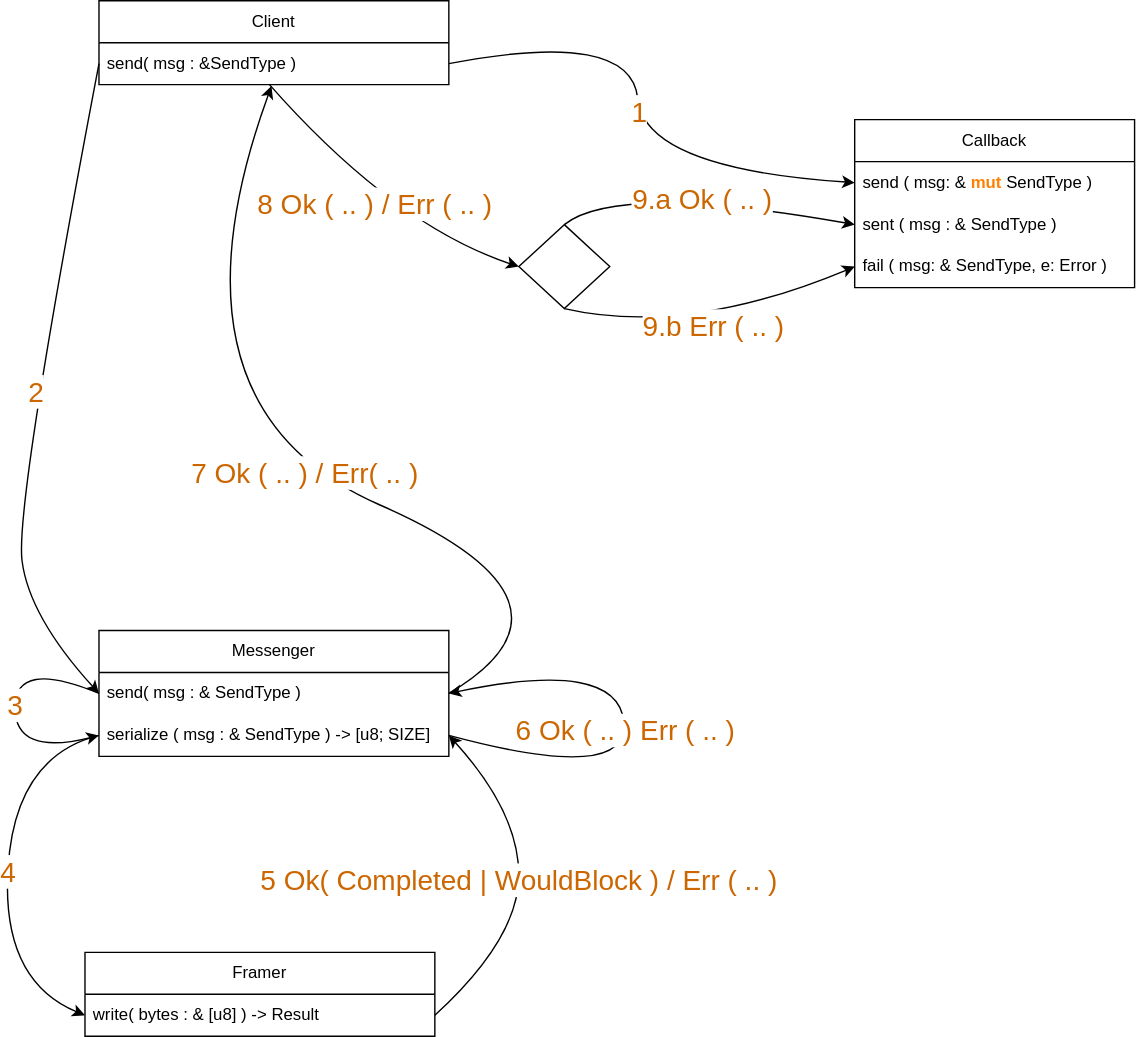
This is docs/send_flow_diagram.drawio.svg from softstream-link/links, a draw.io export, as it was before one commit. Source tidied: cells renumbered, new cells last; positions are measured from the earlier drawing's top-left corner, leaving out a move shared by most shapes. The source it was exported from:
```xml
<mxGraphModel>
  <root>
    <mxCell id="0" />
    <mxCell id="1" parent="0" />
    <mxCell id="2" value="Framer" style="swimlane;fontStyle=0;horizontal=1;startSize=30;whiteSpace=wrap;html=1;" parent="1" vertex="1">
      <mxGeometry x="60" y="680" width="250" height="60" as="geometry" />
    </mxCell>
    <mxCell id="3" value="write( bytes : &amp;amp; [u8] ) -&amp;gt; Result" style="text;strokeColor=none;fillColor=none;align=left;verticalAlign=middle;spacingLeft=4;spacingRight=4;overflow=hidden;points=[[0,0.5],[1,0.5]];portConstraint=eastwest;whiteSpace=wrap;html=1;" parent="2" vertex="1">
      <mxGeometry y="30" width="250" height="30" as="geometry" />
    </mxCell>
    <mxCell id="4" value="Client" style="swimlane;fontStyle=0;horizontal=1;startSize=30;whiteSpace=wrap;html=1;" parent="1" vertex="1">
      <mxGeometry x="70" width="250" height="60" as="geometry" />
    </mxCell>
    <mxCell id="5" value="send( msg : &amp;amp;SendType )" style="text;strokeColor=none;fillColor=none;align=left;verticalAlign=middle;spacingLeft=4;spacingRight=4;overflow=hidden;points=[[0,0.5],[1,0.5]];portConstraint=eastwest;whiteSpace=wrap;html=1;" parent="4" vertex="1">
      <mxGeometry y="30" width="250" height="30" as="geometry" />
    </mxCell>
    <mxCell id="6" value="Callback" style="swimlane;fontStyle=0;horizontal=1;startSize=30;whiteSpace=wrap;html=1;" parent="1" vertex="1">
      <mxGeometry x="610" y="85" width="200" height="120" as="geometry" />
    </mxCell>
    <mxCell id="7" value="send ( msg: &amp;amp;&lt;b&gt;&lt;font color=&quot;#ff8000&quot;&gt;mut&lt;/font&gt;&lt;/b&gt; SendType )" style="text;strokeColor=none;fillColor=none;align=left;verticalAlign=middle;spacingLeft=4;spacingRight=4;overflow=hidden;points=[[0,0.5],[1,0.5]];portConstraint=eastwest;whiteSpace=wrap;html=1;" parent="6" vertex="1">
      <mxGeometry y="30" width="200" height="30" as="geometry" />
    </mxCell>
    <mxCell id="8" value="sent ( msg : &amp;amp; SendType )" style="text;strokeColor=none;fillColor=none;align=left;verticalAlign=middle;spacingLeft=4;spacingRight=4;overflow=hidden;points=[[0,0.5],[1,0.5]];portConstraint=eastwest;whiteSpace=wrap;html=1;" parent="6" vertex="1">
      <mxGeometry y="60" width="200" height="30" as="geometry" />
    </mxCell>
    <mxCell id="9" value="fail ( msg: &amp;amp; SendType, e: Error )" style="text;strokeColor=none;fillColor=none;align=left;verticalAlign=middle;spacingLeft=4;spacingRight=4;overflow=hidden;points=[[0,0.5],[1,0.5]];portConstraint=eastwest;whiteSpace=wrap;html=1;" parent="6" vertex="1">
      <mxGeometry y="90" width="200" height="30" as="geometry" />
    </mxCell>
    <mxCell id="10" value="4" style="curved=1;endArrow=classic;html=1;fontColor=#CC6600;exitX=0;exitY=0.5;exitDx=0;exitDy=0;entryX=0;entryY=0.5;entryDx=0;entryDy=0;fontSize=20;" parent="1" edge="1" source="15" target="3">
      <mxGeometry relative="1" as="geometry">
        <Array as="points">
          <mxPoint x="10" y="540" />
          <mxPoint y="700" />
        </Array>
      </mxGeometry>
    </mxCell>
    <mxCell id="11" value="1" style="curved=1;endArrow=classic;html=1;fontColor=#CC6600;entryX=0;entryY=0.5;entryDx=0;entryDy=0;startArrow=none;exitX=1;exitY=0.5;exitDx=0;exitDy=0;fontSize=20;" parent="1" edge="1" source="5" target="7">
      <mxGeometry relative="1" as="geometry">
        <Array as="points">
          <mxPoint x="450" y="20" />
          <mxPoint x="460" y="120" />
        </Array>
      </mxGeometry>
    </mxCell>
    <mxCell id="12" value="2" style="curved=1;endArrow=classic;html=1;fontColor=#CC6600;entryX=0;entryY=0.5;entryDx=0;entryDy=0;exitX=0;exitY=0.5;exitDx=0;exitDy=0;fontSize=20;" parent="1" edge="1" source="5" target="14">
      <mxGeometry relative="1" as="geometry">
        <Array as="points">
          <mxPoint x="10" y="360" />
          <mxPoint x="20" y="440" />
        </Array>
      </mxGeometry>
    </mxCell>
    <mxCell id="13" value="Messenger" style="swimlane;fontStyle=0;horizontal=1;startSize=30;whiteSpace=wrap;html=1;" parent="1" vertex="1">
      <mxGeometry x="70" y="450" width="250" height="90" as="geometry" />
    </mxCell>
    <mxCell id="14" value="send( msg : &amp;amp; SendType )" style="text;strokeColor=none;fillColor=none;align=left;verticalAlign=middle;spacingLeft=4;spacingRight=4;overflow=hidden;points=[[0,0.5],[1,0.5]];portConstraint=eastwest;whiteSpace=wrap;html=1;" parent="13" vertex="1">
      <mxGeometry y="30" width="250" height="30" as="geometry" />
    </mxCell>
    <mxCell id="15" value="serialize ( msg : &amp;amp; SendType ) -&amp;gt; [u8; SIZE]" style="text;strokeColor=none;fillColor=none;align=left;verticalAlign=middle;spacingLeft=4;spacingRight=4;overflow=hidden;points=[[0,0.5],[1,0.5]];portConstraint=eastwest;whiteSpace=wrap;html=1;" parent="13" vertex="1">
      <mxGeometry y="60" width="250" height="30" as="geometry" />
    </mxCell>
    <mxCell id="16" value="3" style="curved=1;endArrow=classic;html=1;fontColor=#CC6600;entryX=0;entryY=0.5;entryDx=0;entryDy=0;exitX=0;exitY=0.5;exitDx=0;exitDy=0;fontSize=20;" parent="13" edge="1" source="14" target="15">
      <mxGeometry relative="1" as="geometry">
        <Array as="points">
          <mxPoint x="-60" y="20" />
          <mxPoint x="-60" y="90" />
        </Array>
      </mxGeometry>
    </mxCell>
    <mxCell id="17" value="6 Ok ( .. ) Err ( .. )" style="curved=1;endArrow=classic;html=1;fontColor=#CC6600;entryX=1;entryY=0.5;entryDx=0;entryDy=0;exitX=1;exitY=0.5;exitDx=0;exitDy=0;fontSize=20;" parent="13" edge="1" source="15" target="14">
      <mxGeometry relative="1" as="geometry">
        <Array as="points">
          <mxPoint x="380" y="110" />
          <mxPoint x="370" y="20" />
        </Array>
      </mxGeometry>
    </mxCell>
    <mxCell id="18" value="5 Ok( Completed | WouldBlock ) / Err ( .. )" style="curved=1;endArrow=classic;html=1;fontColor=#CC6600;exitX=1;exitY=0.5;exitDx=0;exitDy=0;entryX=1;entryY=0.5;entryDx=0;entryDy=0;fontSize=20;" parent="1" edge="1" source="3" target="15">
      <mxGeometry relative="1" as="geometry">
        <Array as="points">
          <mxPoint x="370" y="670" />
          <mxPoint x="370" y="580" />
        </Array>
      </mxGeometry>
    </mxCell>
    <mxCell id="19" value="7 Ok ( .. ) / Err( .. )" style="curved=1;endArrow=classic;html=1;fontColor=#CC6600;entryX=0.493;entryY=1.033;entryDx=0;entryDy=0;exitX=1;exitY=0.5;exitDx=0;exitDy=0;entryPerimeter=0;fontSize=20;" parent="1" edge="1" source="14" target="5">
      <mxGeometry relative="1" as="geometry">
        <Array as="points">
          <mxPoint x="430" y="430" />
          <mxPoint x="110" y="290" />
        </Array>
      </mxGeometry>
    </mxCell>
    <mxCell id="20" style="rhombus;whiteSpace=wrap;html=1;fontColor=#CC6600;" parent="1" vertex="1">
      <mxGeometry x="370" y="160" width="65" height="60" as="geometry" />
    </mxCell>
    <mxCell id="21" value="9.a Ok ( .. )" style="curved=1;endArrow=classic;html=1;fontColor=#CC6600;entryX=0;entryY=0.5;entryDx=0;entryDy=0;exitX=0.5;exitY=0;exitDx=0;exitDy=0;fontSize=20;" parent="1" edge="1" source="20" target="8">
      <mxGeometry relative="1" as="geometry">
        <Array as="points">
          <mxPoint x="440" y="130" />
        </Array>
      </mxGeometry>
    </mxCell>
    <mxCell id="22" value="9.b Err ( .. )" style="curved=1;endArrow=classic;html=1;fontColor=#CC6600;entryX=0;entryY=0.5;entryDx=0;entryDy=0;exitX=0.5;exitY=1;exitDx=0;exitDy=0;fontSize=20;" parent="1" edge="1" source="20" target="9">
      <mxGeometry relative="1" as="geometry">
        <Array as="points">
          <mxPoint x="490" y="240" />
        </Array>
      </mxGeometry>
    </mxCell>
    <mxCell id="23" value="8 Ok ( .. ) / Err ( .. )" style="curved=1;endArrow=classic;html=1;fontColor=#CC6600;entryX=0;entryY=0.5;entryDx=0;entryDy=0;exitX=0.486;exitY=0.987;exitDx=0;exitDy=0;exitPerimeter=0;fontSize=20;" parent="1" edge="1" source="5" target="20">
      <mxGeometry relative="1" as="geometry">
        <Array as="points">
          <mxPoint x="280" y="160" />
        </Array>
      </mxGeometry>
    </mxCell>
  </root>
</mxGraphModel>
```
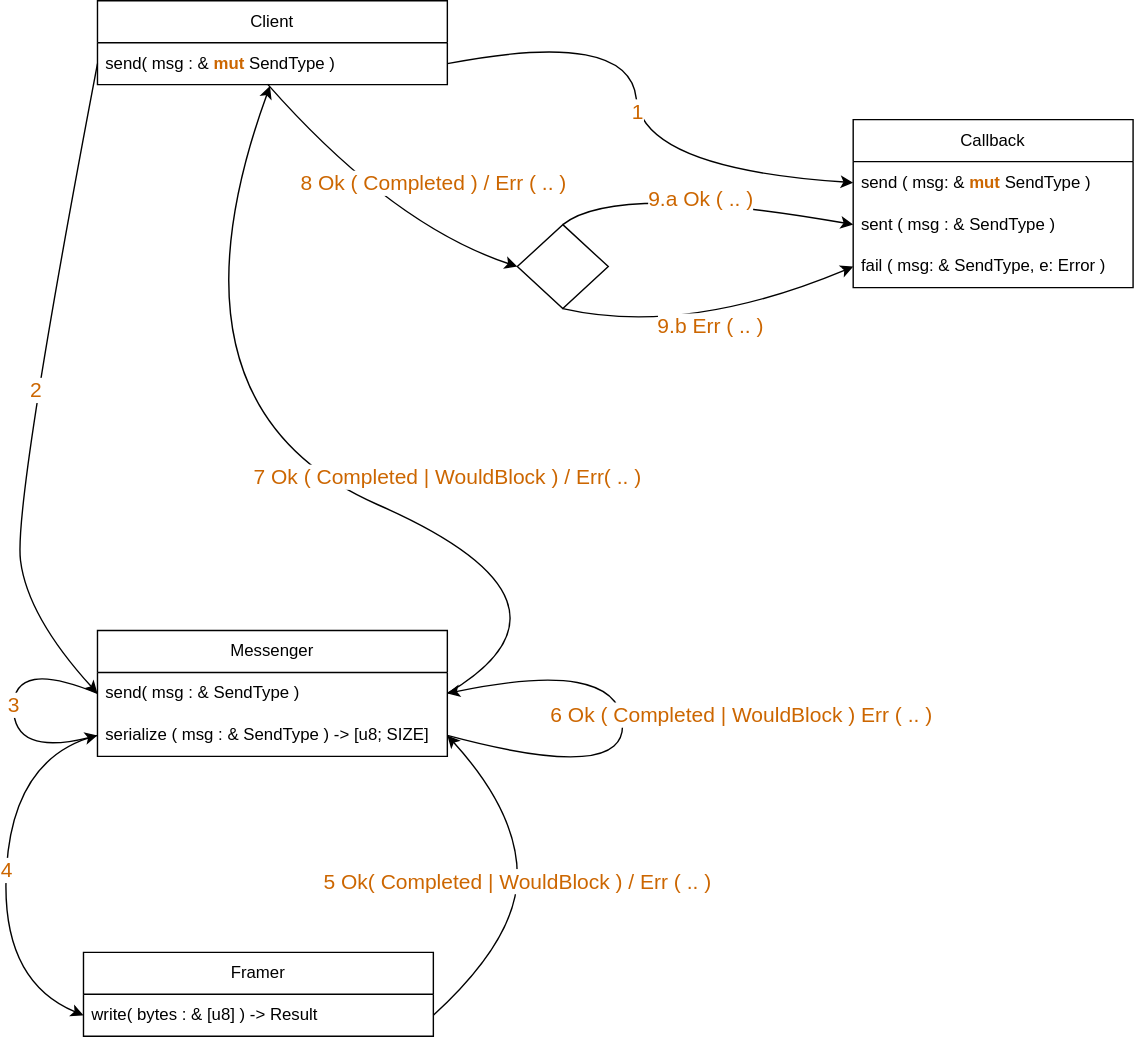
After the commit.

What changed in the source:
```diff
@@ -11,13 +11,13 @@
     <mxCell id="4" value="Client" style="swimlane;fontStyle=0;horizontal=1;startSize=30;whiteSpace=wrap;html=1;" parent="1" vertex="1">
       <mxGeometry x="70" width="250" height="60" as="geometry" />
     </mxCell>
-    <mxCell id="5" value="send( msg : &amp;amp;SendType )" style="text;strokeColor=none;fillColor=none;align=left;verticalAlign=middle;spacingLeft=4;spacingRight=4;overflow=hidden;points=[[0,0.5],[1,0.5]];portConstraint=eastwest;whiteSpace=wrap;html=1;" parent="4" vertex="1">
+    <mxCell id="5" value="send( msg : &amp;amp;&lt;b&gt;&lt;font color=&quot;#cc6600&quot;&gt;mut&lt;/font&gt;&lt;/b&gt; SendType )" style="text;strokeColor=none;fillColor=none;align=left;verticalAlign=middle;spacingLeft=4;spacingRight=4;overflow=hidden;points=[[0,0.5],[1,0.5]];portConstraint=eastwest;whiteSpace=wrap;html=1;" parent="4" vertex="1">
       <mxGeometry y="30" width="250" height="30" as="geometry" />
     </mxCell>
     <mxCell id="6" value="Callback" style="swimlane;fontStyle=0;horizontal=1;startSize=30;whiteSpace=wrap;html=1;" parent="1" vertex="1">
       <mxGeometry x="610" y="85" width="200" height="120" as="geometry" />
     </mxCell>
-    <mxCell id="7" value="send ( msg: &amp;amp;&lt;b&gt;&lt;font color=&quot;#ff8000&quot;&gt;mut&lt;/font&gt;&lt;/b&gt; SendType )" style="text;strokeColor=none;fillColor=none;align=left;verticalAlign=middle;spacingLeft=4;spacingRight=4;overflow=hidden;points=[[0,0.5],[1,0.5]];portConstraint=eastwest;whiteSpace=wrap;html=1;" parent="6" vertex="1">
+    <mxCell id="7" value="send ( msg: &amp;amp;&lt;b&gt;&lt;font color=&quot;#cc6600&quot;&gt;mut&lt;/font&gt;&lt;/b&gt; SendType )" style="text;strokeColor=none;fillColor=none;align=left;verticalAlign=middle;spacingLeft=4;spacingRight=4;overflow=hidden;points=[[0,0.5],[1,0.5]];portConstraint=eastwest;whiteSpace=wrap;html=1;" parent="6" vertex="1">
       <mxGeometry y="30" width="200" height="30" as="geometry" />
     </mxCell>
     <mxCell id="8" value="sent ( msg : &amp;amp; SendType )" style="text;strokeColor=none;fillColor=none;align=left;verticalAlign=middle;spacingLeft=4;spacingRight=4;overflow=hidden;points=[[0,0.5],[1,0.5]];portConstraint=eastwest;whiteSpace=wrap;html=1;" parent="6" vertex="1">
@@ -26,7 +26,7 @@
     <mxCell id="9" value="fail ( msg: &amp;amp; SendType, e: Error )" style="text;strokeColor=none;fillColor=none;align=left;verticalAlign=middle;spacingLeft=4;spacingRight=4;overflow=hidden;points=[[0,0.5],[1,0.5]];portConstraint=eastwest;whiteSpace=wrap;html=1;" parent="6" vertex="1">
       <mxGeometry y="90" width="200" height="30" as="geometry" />
     </mxCell>
-    <mxCell id="10" value="4" style="curved=1;endArrow=classic;html=1;fontColor=#CC6600;exitX=0;exitY=0.5;exitDx=0;exitDy=0;entryX=0;entryY=0.5;entryDx=0;entryDy=0;fontSize=20;" parent="1" edge="1" source="15" target="3">
+    <mxCell id="10" value="4" style="curved=1;endArrow=classic;html=1;fontColor=#CC6600;exitX=0;exitY=0.5;exitDx=0;exitDy=0;entryX=0;entryY=0.5;entryDx=0;entryDy=0;fontSize=15;" parent="1" edge="1" source="15" target="3">
       <mxGeometry relative="1" as="geometry">
         <Array as="points">
           <mxPoint x="10" y="540" />
@@ -34,7 +34,7 @@
         </Array>
       </mxGeometry>
     </mxCell>
-    <mxCell id="11" value="1" style="curved=1;endArrow=classic;html=1;fontColor=#CC6600;entryX=0;entryY=0.5;entryDx=0;entryDy=0;startArrow=none;exitX=1;exitY=0.5;exitDx=0;exitDy=0;fontSize=20;" parent="1" edge="1" source="5" target="7">
+    <mxCell id="11" value="1" style="curved=1;endArrow=classic;html=1;fontColor=#CC6600;entryX=0;entryY=0.5;entryDx=0;entryDy=0;startArrow=none;exitX=1;exitY=0.5;exitDx=0;exitDy=0;fontSize=15;" parent="1" edge="1" source="5" target="7">
       <mxGeometry relative="1" as="geometry">
         <Array as="points">
           <mxPoint x="450" y="20" />
@@ -42,7 +42,7 @@
         </Array>
       </mxGeometry>
     </mxCell>
-    <mxCell id="12" value="2" style="curved=1;endArrow=classic;html=1;fontColor=#CC6600;entryX=0;entryY=0.5;entryDx=0;entryDy=0;exitX=0;exitY=0.5;exitDx=0;exitDy=0;fontSize=20;" parent="1" edge="1" source="5" target="14">
+    <mxCell id="12" value="2" style="curved=1;endArrow=classic;html=1;fontColor=#CC6600;entryX=0;entryY=0.5;entryDx=0;entryDy=0;exitX=0;exitY=0.5;exitDx=0;exitDy=0;fontSize=15;" parent="1" edge="1" source="5" target="14">
       <mxGeometry relative="1" as="geometry">
         <Array as="points">
           <mxPoint x="10" y="360" />
@@ -59,7 +59,7 @@
     <mxCell id="15" value="serialize ( msg : &amp;amp; SendType ) -&amp;gt; [u8; SIZE]" style="text;strokeColor=none;fillColor=none;align=left;verticalAlign=middle;spacingLeft=4;spacingRight=4;overflow=hidden;points=[[0,0.5],[1,0.5]];portConstraint=eastwest;whiteSpace=wrap;html=1;" parent="13" vertex="1">
       <mxGeometry y="60" width="250" height="30" as="geometry" />
     </mxCell>
-    <mxCell id="16" value="3" style="curved=1;endArrow=classic;html=1;fontColor=#CC6600;entryX=0;entryY=0.5;entryDx=0;entryDy=0;exitX=0;exitY=0.5;exitDx=0;exitDy=0;fontSize=20;" parent="13" edge="1" source="14" target="15">
+    <mxCell id="16" value="3" style="curved=1;endArrow=classic;html=1;fontColor=#CC6600;entryX=0;entryY=0.5;entryDx=0;entryDy=0;exitX=0;exitY=0.5;exitDx=0;exitDy=0;fontSize=15;" parent="13" edge="1" source="14" target="15">
       <mxGeometry relative="1" as="geometry">
         <Array as="points">
           <mxPoint x="-60" y="20" />
@@ -67,15 +67,15 @@
         </Array>
       </mxGeometry>
     </mxCell>
-    <mxCell id="17" value="6 Ok ( .. ) Err ( .. )" style="curved=1;endArrow=classic;html=1;fontColor=#CC6600;entryX=1;entryY=0.5;entryDx=0;entryDy=0;exitX=1;exitY=0.5;exitDx=0;exitDy=0;fontSize=20;" parent="13" edge="1" source="15" target="14">
-      <mxGeometry relative="1" as="geometry">
+    <mxCell id="17" value="6 Ok ( Completed | WouldBlock ) Err ( .. )" style="curved=1;endArrow=classic;html=1;fontColor=#CC6600;entryX=1;entryY=0.5;entryDx=0;entryDy=0;exitX=1;exitY=0.5;exitDx=0;exitDy=0;fontSize=15;" parent="13" edge="1" source="15" target="14">
+      <mxGeometry x="0.01" y="-85" relative="1" as="geometry">
         <Array as="points">
           <mxPoint x="380" y="110" />
           <mxPoint x="370" y="20" />
         </Array>
       </mxGeometry>
     </mxCell>
-    <mxCell id="18" value="5 Ok( Completed | WouldBlock ) / Err ( .. )" style="curved=1;endArrow=classic;html=1;fontColor=#CC6600;exitX=1;exitY=0.5;exitDx=0;exitDy=0;entryX=1;entryY=0.5;entryDx=0;entryDy=0;fontSize=20;" parent="1" edge="1" source="3" target="15">
+    <mxCell id="18" value="5 Ok( Completed | WouldBlock ) / Err ( .. )" style="curved=1;endArrow=classic;html=1;fontColor=#CC6600;exitX=1;exitY=0.5;exitDx=0;exitDy=0;entryX=1;entryY=0.5;entryDx=0;entryDy=0;fontSize=15;" parent="1" edge="1" source="3" target="15">
       <mxGeometry relative="1" as="geometry">
         <Array as="points">
           <mxPoint x="370" y="670" />
@@ -83,8 +83,8 @@
         </Array>
       </mxGeometry>
     </mxCell>
-    <mxCell id="19" value="7 Ok ( .. ) / Err( .. )" style="curved=1;endArrow=classic;html=1;fontColor=#CC6600;entryX=0.493;entryY=1.033;entryDx=0;entryDy=0;exitX=1;exitY=0.5;exitDx=0;exitDy=0;entryPerimeter=0;fontSize=20;" parent="1" edge="1" source="14" target="5">
-      <mxGeometry relative="1" as="geometry">
+    <mxCell id="19" value="7 Ok ( Completed | WouldBlock ) / Err( .. )" style="curved=1;endArrow=classic;html=1;fontColor=#CC6600;entryX=0.493;entryY=1.033;entryDx=0;entryDy=0;exitX=1;exitY=0.5;exitDx=0;exitDy=0;entryPerimeter=0;fontSize=15;" parent="1" edge="1" source="14" target="5">
+      <mxGeometry x="-0.27" y="-38" relative="1" as="geometry">
         <Array as="points">
           <mxPoint x="430" y="430" />
           <mxPoint x="110" y="290" />
@@ -94,22 +94,22 @@
     <mxCell id="20" style="rhombus;whiteSpace=wrap;html=1;fontColor=#CC6600;" parent="1" vertex="1">
       <mxGeometry x="370" y="160" width="65" height="60" as="geometry" />
     </mxCell>
-    <mxCell id="21" value="9.a Ok ( .. )" style="curved=1;endArrow=classic;html=1;fontColor=#CC6600;entryX=0;entryY=0.5;entryDx=0;entryDy=0;exitX=0.5;exitY=0;exitDx=0;exitDy=0;fontSize=20;" parent="1" edge="1" source="20" target="8">
+    <mxCell id="21" value="9.a Ok ( .. )" style="curved=1;endArrow=classic;html=1;fontColor=#CC6600;entryX=0;entryY=0.5;entryDx=0;entryDy=0;exitX=0.5;exitY=0;exitDx=0;exitDy=0;fontSize=15;" parent="1" edge="1" source="20" target="8">
       <mxGeometry relative="1" as="geometry">
         <Array as="points">
           <mxPoint x="440" y="130" />
         </Array>
       </mxGeometry>
     </mxCell>
-    <mxCell id="22" value="9.b Err ( .. )" style="curved=1;endArrow=classic;html=1;fontColor=#CC6600;entryX=0;entryY=0.5;entryDx=0;entryDy=0;exitX=0.5;exitY=1;exitDx=0;exitDy=0;fontSize=20;" parent="1" edge="1" source="20" target="9">
+    <mxCell id="22" value="9.b Err ( .. )" style="curved=1;endArrow=classic;html=1;fontColor=#CC6600;entryX=0;entryY=0.5;entryDx=0;entryDy=0;exitX=0.5;exitY=1;exitDx=0;exitDy=0;fontSize=15;" parent="1" edge="1" source="20" target="9">
       <mxGeometry relative="1" as="geometry">
         <Array as="points">
           <mxPoint x="490" y="240" />
         </Array>
       </mxGeometry>
     </mxCell>
-    <mxCell id="23" value="8 Ok ( .. ) / Err ( .. )" style="curved=1;endArrow=classic;html=1;fontColor=#CC6600;entryX=0;entryY=0.5;entryDx=0;entryDy=0;exitX=0.486;exitY=0.987;exitDx=0;exitDy=0;exitPerimeter=0;fontSize=20;" parent="1" edge="1" source="5" target="20">
-      <mxGeometry relative="1" as="geometry">
+    <mxCell id="23" value="8 Ok ( Completed ) / Err ( .. )" style="curved=1;endArrow=classic;html=1;fontColor=#CC6600;entryX=0;entryY=0.5;entryDx=0;entryDy=0;exitX=0.486;exitY=0.987;exitDx=0;exitDy=0;exitPerimeter=0;fontSize=15;" parent="1" edge="1" source="5" target="20">
+      <mxGeometry x="0.34" y="38" relative="1" as="geometry">
         <Array as="points">
           <mxPoint x="280" y="160" />
         </Array>
```
